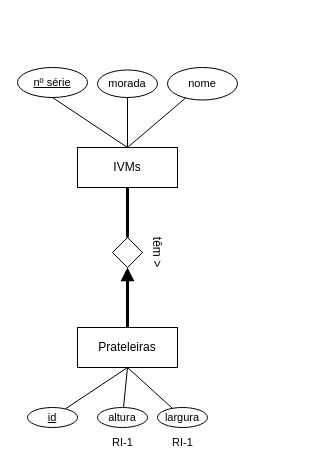
Earlier version of the draw.io diagram Untitled Diagram.drawio (bin0o/Proj-BD). Source tidied: cells renumbered, new cells numbered last; positions are measured from the earlier drawing's top-left corner, leaving out a move shared by most shapes. Both pictures are drawn from the tidied source at 100%, with x=0, y=0 at pixel (17, 67).
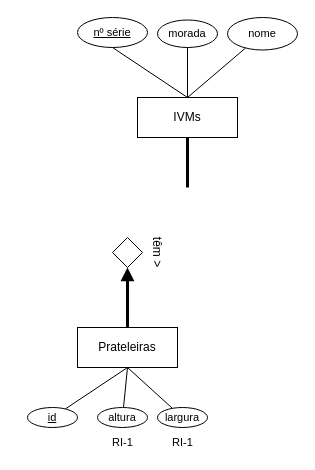
Above is the later version.

The change refers to these unchanged cells:
```xml
<mxCell id="3" style="shape=rhombus;perimeter=rhombusPerimeter;whiteSpace=wrap;html=1;align=center;" parent="1" vertex="1">
  <mxGeometry x="95" y="170" width="30" height="30" as="geometry" />
</mxCell>
```

What changed in the source:
```diff
@@
     <mxCell id="2" value="IVMs" style="whiteSpace=wrap;html=1;align=center;" parent="1" vertex="1">
-      <mxGeometry x="60" y="80" width="100" height="40" as="geometry" />
+      <mxGeometry x="120" y="30" width="100" height="40" as="geometry" />
     </mxCell>
@@
-    <mxCell id="7" style="endArrow=none;html=1;rounded=0;shadow=0;fillColor=#FFFFFF;elbow=vertical;exitX=0.5;exitY=1;exitDx=0;exitDy=0;entryX=0.5;entryY=0;entryDx=0;entryDy=0;strokeColor=#000000;strokeWidth=3;fontStyle=1;" parent="1" edge="1" source="2" target="3">
-      <mxGeometry relative="1" as="geometry" />
+    <mxCell id="7" style="endArrow=none;html=1;rounded=0;shadow=0;fillColor=#FFFFFF;elbow=vertical;exitX=0.5;exitY=1;exitDx=0;exitDy=0;entryX=0.5;entryY=0;entryDx=0;entryDy=0;strokeColor=#000000;strokeWidth=3;fontStyle=1;" parent="1" edge="1" source="2">
+      <mxGeometry relative="1" as="geometry">
+        <mxPoint x="170" y="120" as="targetPoint" />
+      </mxGeometry>
     </mxCell>
     <mxCell id="8" value="nº série" style="ellipse;whiteSpace=wrap;html=1;align=center;fontStyle=4;fontFamily=Helvetica;fontSize=11;fontColor=default;" parent="1" vertex="1">
-      <mxGeometry width="70" height="30" as="geometry" />
+      <mxGeometry x="60" y="-50" width="70" height="30" as="geometry" />
     </mxCell>
@@
     <mxCell id="11" value="nome" style="ellipse;whiteSpace=wrap;html=1;align=center;fontFamily=Helvetica;fontSize=11;fontColor=default;" parent="1" vertex="1">
-      <mxGeometry x="150" width="70" height="32.5" as="geometry" />
+      <mxGeometry x="210" y="-50" width="70" height="32.5" as="geometry" />
     </mxCell>
     <mxCell id="12" style="edgeStyle=none;rounded=0;sketch=0;jettySize=auto;html=1;shadow=0;labelBackgroundColor=default;fontFamily=Helvetica;fontSize=11;fontColor=default;startArrow=none;startFill=0;endArrow=none;endFill=0;strokeColor=default;strokeWidth=1;fillColor=#000000;elbow=vertical;" parent="1" edge="1" source="13">
       <mxGeometry relative="1" as="geometry">
-        <mxPoint x="110" y="80" as="targetPoint" />
+        <mxPoint x="170" y="30" as="targetPoint" />
       </mxGeometry>
     </mxCell>
     <mxCell id="13" value="morada" style="ellipse;whiteSpace=wrap;html=1;align=center;fontFamily=Helvetica;fontSize=11;fontColor=default;" parent="1" vertex="1">
-      <mxGeometry x="80" y="2.5" width="60" height="27.5" as="geometry" />
+      <mxGeometry x="140" y="-47.5" width="60" height="27.5" as="geometry" />
     </mxCell>
```
